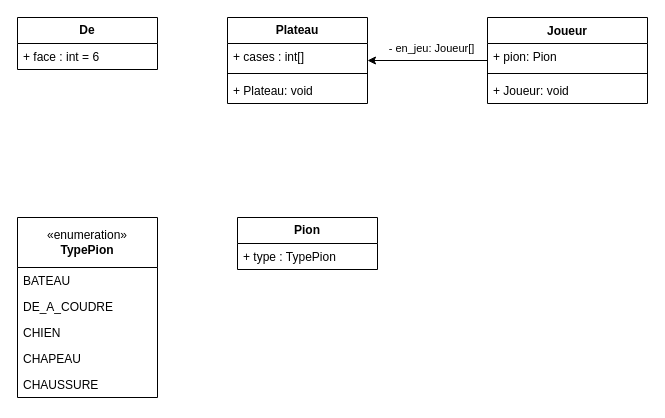
Above: iteration-1.drawio in gmed2b/L3SINF-java-monopoly (draw.io), before the change. Source tidied: cells renumbered, new cells numbered last; positions are measured from the earlier drawing's top-left corner, leaving out a move shared by most shapes. Both pictures are drawn from the tidied source at 100%, with x=0, y=0 at pixel (17, 17).
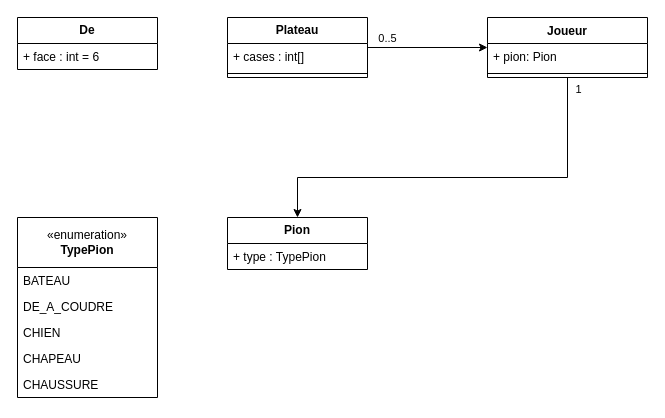
After the change.

What changed in the source:
```diff
@@
     <mxCell id="2" value="&lt;b&gt;Plateau&lt;/b&gt;" style="swimlane;fontStyle=0;horizontal=1;startSize=26;fillColor=none;whiteSpace=wrap;html=1;" parent="1" vertex="1">
-      <mxGeometry x="210" width="140" height="86" as="geometry" />
+      <mxGeometry x="210" width="140" height="60" as="geometry" />
     </mxCell>
@@
-    <mxCell id="5" value="+ Plateau: void" style="text;strokeColor=none;fillColor=none;align=left;verticalAlign=top;spacingLeft=4;spacingRight=4;overflow=hidden;whiteSpace=wrap;html=1;" parent="2" vertex="1">
-      <mxGeometry y="60" width="140" height="26" as="geometry" />
-    </mxCell>
     <mxCell id="6" value="&lt;b&gt;Pion&lt;/b&gt;" style="swimlane;fontStyle=0;horizontal=1;startSize=26;fillColor=none;whiteSpace=wrap;html=1;" parent="1" vertex="1">
-      <mxGeometry x="220" y="200" width="140" height="52" as="geometry" />
+      <mxGeometry x="210" y="200" width="140" height="52" as="geometry" />
     </mxCell>
@@
-    <mxCell id="16" style="edgeStyle=orthogonalEdgeStyle;rounded=0;jettySize=auto;html=1;" parent="1" edge="1" source="18" target="2">
+    <mxCell id="16" style="edgeStyle=orthogonalEdgeStyle;rounded=0;jettySize=auto;html=1;startArrow=classic;startFill=1;endArrow=none;endFill=0;" parent="1" edge="1" source="18" target="2">
       <mxGeometry relative="1" as="geometry" />
     </mxCell>
-    <mxCell id="17" value="- en_jeu: Joueur[]" style="edgeLabel;html=1;align=center;verticalAlign=middle;" parent="16" vertex="1">
-      <mxGeometry x="0.28" y="-1" relative="1" as="geometry">
-        <mxPoint x="20" y="-12" as="offset" />
-      </mxGeometry>
-    </mxCell>
+    <mxCell id="22" value="0..5" style="edgeLabel;html=1;align=center;verticalAlign=middle;" parent="16" vertex="1">
+      <mxGeometry x="0.81" y="-2" relative="1" as="geometry">
+        <mxPoint x="8" y="-8" as="offset" />
+      </mxGeometry>
+    </mxCell>
+    <mxCell id="23" style="edgeStyle=orthogonalEdgeStyle;rounded=0;jettySize=auto;html=1;entryX=0.5;entryY=0;entryDx=0;entryDy=0;" parent="1" edge="1" source="18" target="6">
+      <mxGeometry relative="1" as="geometry">
+        <Array as="points">
+          <mxPoint x="550" y="160" />
+          <mxPoint x="280" y="160" />
+        </Array>
+      </mxGeometry>
+    </mxCell>
+    <mxCell id="24" value="1" style="edgeLabel;html=1;align=center;verticalAlign=middle;" parent="23" vertex="1">
+      <mxGeometry x="-0.96" y="2" relative="1" as="geometry">
+        <mxPoint x="8" y="3" as="offset" />
+      </mxGeometry>
+    </mxCell>
     <mxCell id="18" value="Joueur" style="swimlane;fontStyle=1;align=center;verticalAlign=top;horizontal=1;startSize=26;whiteSpace=wrap;html=1;" parent="1" vertex="1">
-      <mxGeometry x="470" width="160" height="86" as="geometry" />
+      <mxGeometry x="470" width="160" height="60" as="geometry" />
     </mxCell>
@@
-    <mxCell id="21" value="+ Joueur: void" style="text;strokeColor=none;fillColor=none;align=left;verticalAlign=top;spacingLeft=4;spacingRight=4;overflow=hidden;whiteSpace=wrap;html=1;" parent="18" vertex="1">
-      <mxGeometry y="60" width="160" height="26" as="geometry" />
-    </mxCell>
```
